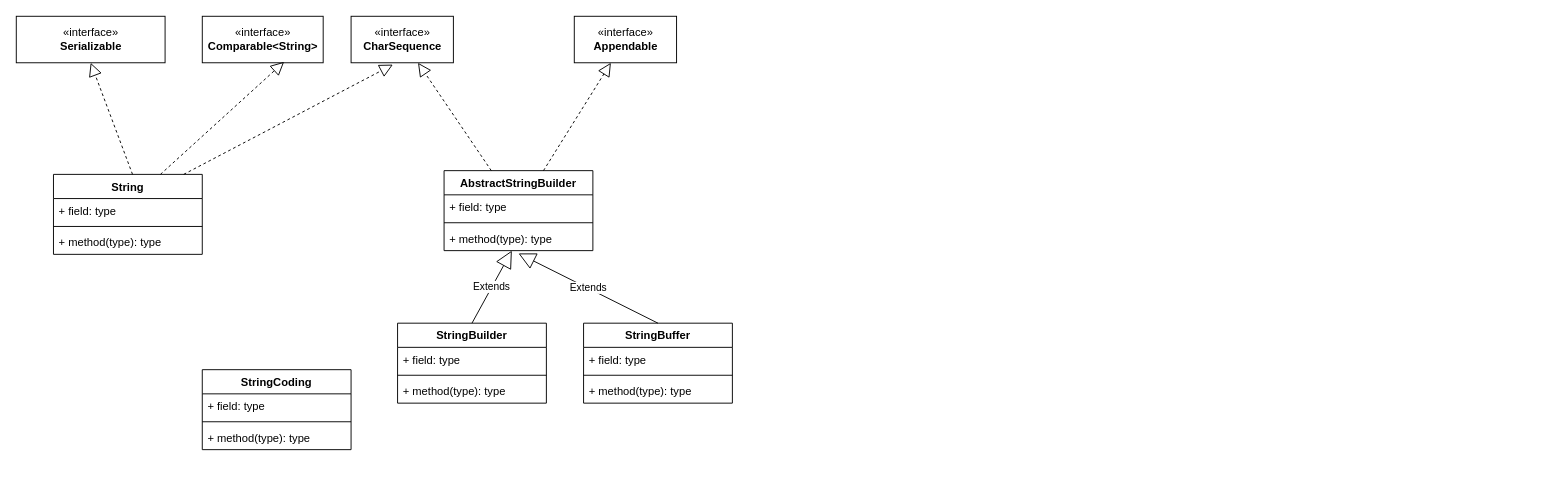
tadsimons/draw keeps this draw.io diagram as page "数据类型" (15 of 16) of JDK.drawio. Above is the earlier version. Source tidied: cells renumbered, new cells numbered last; positions are measured from the earlier drawing's top-left corner, leaving out a move shared by most shapes. Both pictures are drawn from the tidied source at 93%, with x=0, y=0 at pixel (16, 16).
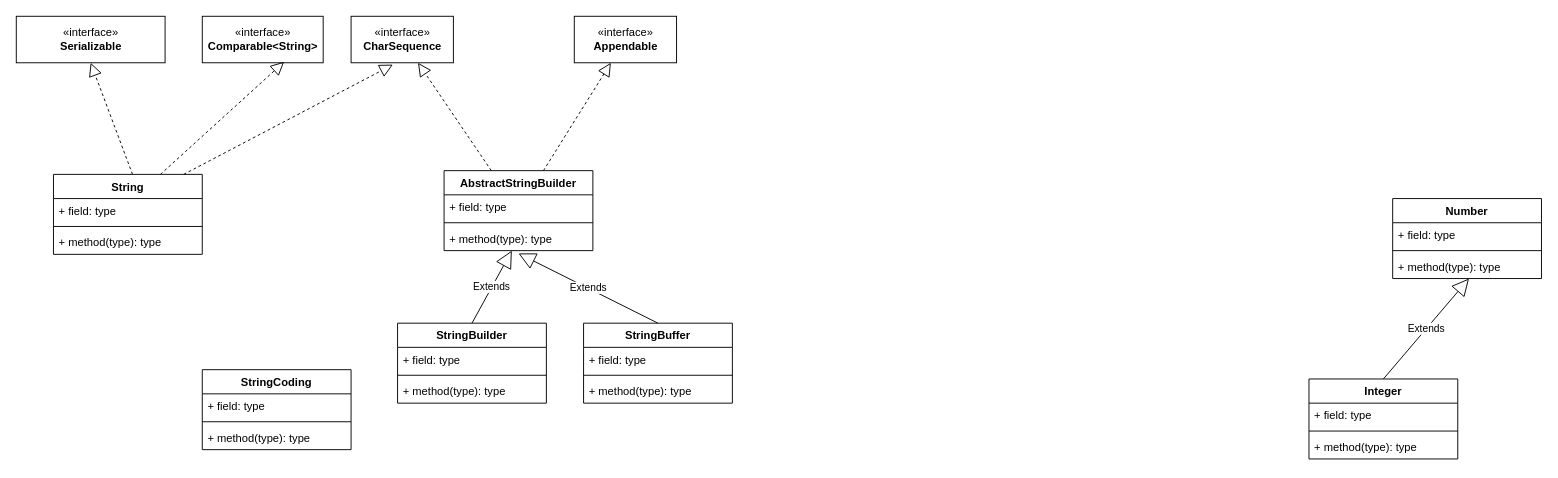
The same page after the edit.

What changed in the source:
```diff
@@
+    <mxCell id="33" value="Integer" style="swimlane;fontStyle=1;align=center;verticalAlign=top;horizontal=1;startSize=26;" parent="1" vertex="1">
+      <mxGeometry x="1390" y="390" width="160" height="86" as="geometry" />
+    </mxCell>
+    <mxCell id="34" value="Extends" style="endArrow=block;endSize=16;endFill=0;html=1;entryX=0.513;entryY=1;entryDx=0;entryDy=0;entryPerimeter=0;" parent="33" edge="1" target="41">
+      <mxGeometry relative="1" as="geometry">
+        <mxPoint x="80" as="sourcePoint" />
+      </mxGeometry>
+    </mxCell>
+    <mxCell id="35" value="+ field: type" style="text;strokeColor=none;fillColor=none;align=left;verticalAlign=top;spacingLeft=4;spacingRight=4;overflow=hidden;" parent="33" vertex="1">
+      <mxGeometry y="26" width="160" height="26" as="geometry" />
+    </mxCell>
+    <mxCell id="36" style="line;strokeWidth=1;fillColor=none;align=left;verticalAlign=middle;spacingTop=-1;spacingLeft=3;spacingRight=3;labelPosition=right;" parent="33" vertex="1">
+      <mxGeometry y="52" width="160" height="8" as="geometry" />
+    </mxCell>
+    <mxCell id="37" value="+ method(type): type" style="text;strokeColor=none;fillColor=none;align=left;verticalAlign=top;spacingLeft=4;spacingRight=4;overflow=hidden;" parent="33" vertex="1">
+      <mxGeometry y="60" width="160" height="26" as="geometry" />
+    </mxCell>
+    <mxCell id="38" value="Number" style="swimlane;fontStyle=1;align=center;verticalAlign=top;horizontal=1;startSize=26;" parent="1" vertex="1">
+      <mxGeometry x="1480" y="196" width="160" height="86" as="geometry" />
+    </mxCell>
+    <mxCell id="39" value="+ field: type" style="text;strokeColor=none;fillColor=none;align=left;verticalAlign=top;spacingLeft=4;spacingRight=4;overflow=hidden;" parent="38" vertex="1">
+      <mxGeometry y="26" width="160" height="26" as="geometry" />
+    </mxCell>
+    <mxCell id="40" style="line;strokeWidth=1;fillColor=none;align=left;verticalAlign=middle;spacingTop=-1;spacingLeft=3;spacingRight=3;labelPosition=right;" parent="38" vertex="1">
+      <mxGeometry y="52" width="160" height="8" as="geometry" />
+    </mxCell>
+    <mxCell id="41" value="+ method(type): type" style="text;strokeColor=none;fillColor=none;align=left;verticalAlign=top;spacingLeft=4;spacingRight=4;overflow=hidden;points=[[0,0.5],[1,0.5]];portConstraint=eastwest;" parent="38" vertex="1">
+      <mxGeometry y="60" width="160" height="26" as="geometry" />
+    </mxCell>
```
